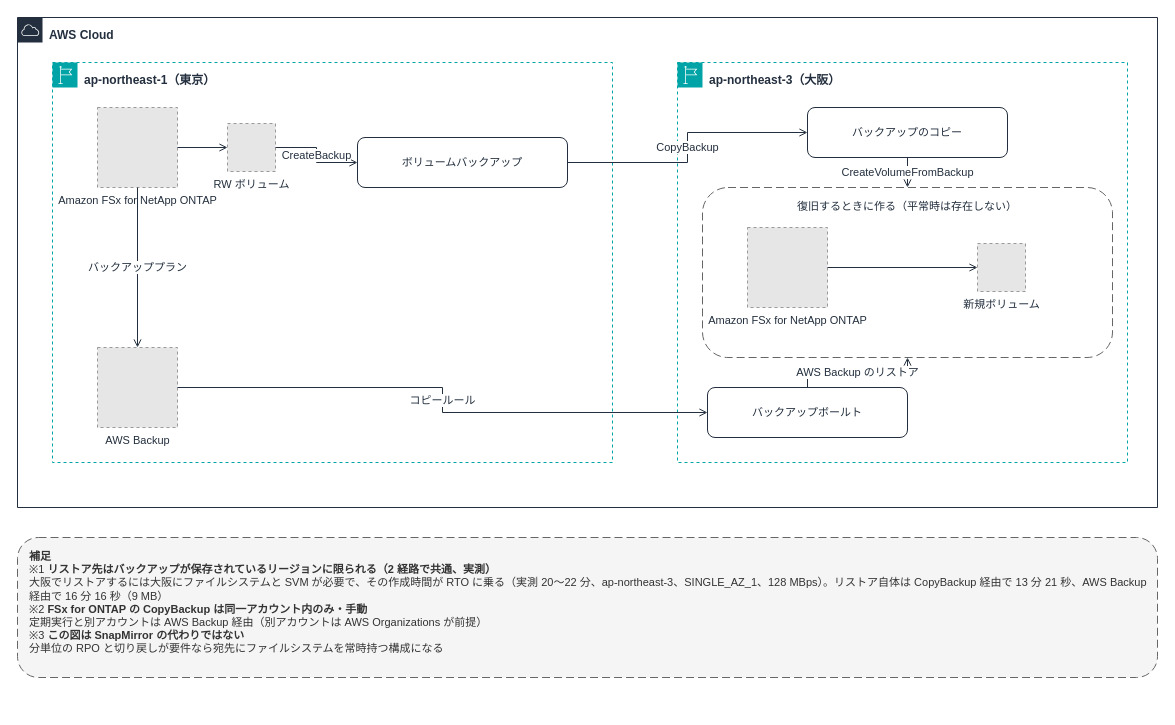
Earlier version of the draw.io diagram docs/_assets/diagrams/backup-copy-cross-region.drawio (Yoshiki0705/FSx-for-ONTAP-Adoption-Playbook). Source tidied: cells renumbered, new cells numbered last; positions are measured from the earlier drawing's top-left corner, leaving out a move shared by most shapes. Both pictures are drawn from the tidied source at 100%, with x=0, y=0 at pixel (17, 17). Pictures stored in the file or linked from it are replaced by grey dashed boxes.
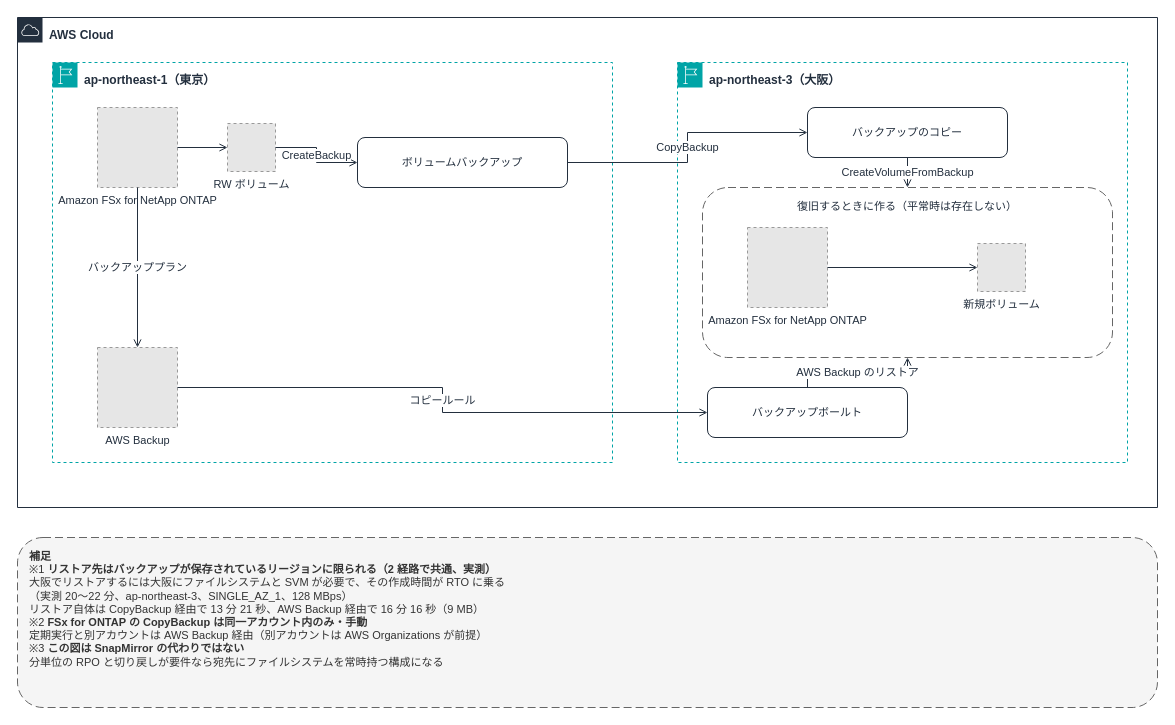
The same page after the edit.

The edit, as a diff of the source:
```diff
@@
-    <mxCell id="22" value="&lt;b&gt;補足&lt;/b&gt;&lt;br&gt;※1 &lt;b&gt;リストア先はバックアップが保存されているリージョンに限られる（2 経路で共通、実測）&lt;/b&gt;&lt;br&gt;大阪でリストアするには大阪にファイルシステムと SVM が必要で、その作成時間が RTO に乗る（実測 20〜22 分、ap-northeast-3、SINGLE_AZ_1、128 MBps）。リストア自体は CopyBackup 経由で 13 分 21 秒、AWS Backup 経由で 16 分 16 秒（9 MB）&lt;br&gt;※2 &lt;b&gt;FSx for ONTAP の CopyBackup は同一アカウント内のみ・手動&lt;/b&gt;&lt;br&gt;定期実行と別アカウントは AWS Backup 経由（別アカウントは AWS Organizations が前提）&lt;br&gt;※3 &lt;b&gt;この図は SnapMirror の代わりではない&lt;/b&gt;&lt;br&gt;分単位の RPO と切り戻しが要件なら宛先にファイルシステムを常時持つ構成になる" style="rounded=1;whiteSpace=wrap;html=1;dashed=1;dashPattern=8 4;strokeColor=#666666;fillColor=#F5F5F5;fontColor=#333333;fontSize=11;align=left;verticalAlign=top;spacingLeft=10;spacingTop=6;" parent="1" vertex="1">
-      <mxGeometry y="520" width="1140" height="140" as="geometry" />
+    <mxCell id="22" value="&lt;b&gt;補足&lt;/b&gt;&lt;br&gt;※1 &lt;b&gt;リストア先はバックアップが保存されているリージョンに限られる（2 経路で共通、実測）&lt;/b&gt;&lt;br&gt;大阪でリストアするには大阪にファイルシステムと SVM が必要で、その作成時間が RTO に乗る&lt;br&gt;（実測 20〜22 分、ap-northeast-3、SINGLE_AZ_1、128 MBps）&lt;br&gt;リストア自体は CopyBackup 経由で 13 分 21 秒、AWS Backup 経由で 16 分 16 秒（9 MB）&lt;br&gt;※2 &lt;b&gt;FSx for ONTAP の CopyBackup は同一アカウント内のみ・手動&lt;/b&gt;&lt;br&gt;定期実行と別アカウントは AWS Backup 経由（別アカウントは AWS Organizations が前提）&lt;br&gt;※3 &lt;b&gt;この図は SnapMirror の代わりではない&lt;/b&gt;&lt;br&gt;分単位の RPO と切り戻しが要件なら宛先にファイルシステムを常時持つ構成になる" style="rounded=1;whiteSpace=wrap;html=1;dashed=1;dashPattern=8 4;strokeColor=#666666;fillColor=#F5F5F5;fontColor=#333333;fontSize=11;align=left;verticalAlign=top;spacingLeft=10;spacingTop=6;" parent="1" vertex="1">
+      <mxGeometry y="520" width="1140" height="170" as="geometry" />
     </mxCell>
```
